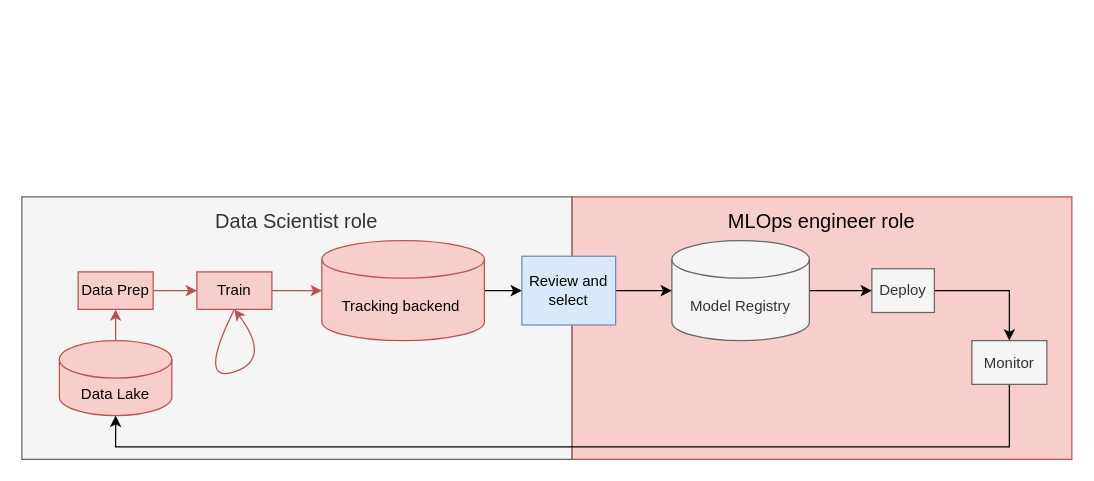
Above: mlflow.drawio in bapukokare/assignment (draw.io), before the change. Source tidied: cells renumbered, new cells numbered last; positions are measured from the earlier drawing's top-left corner, leaving out a move shared by most shapes. Both pictures are drawn from the tidied source at 125%, with x=0, y=0 at pixel (21, 196).
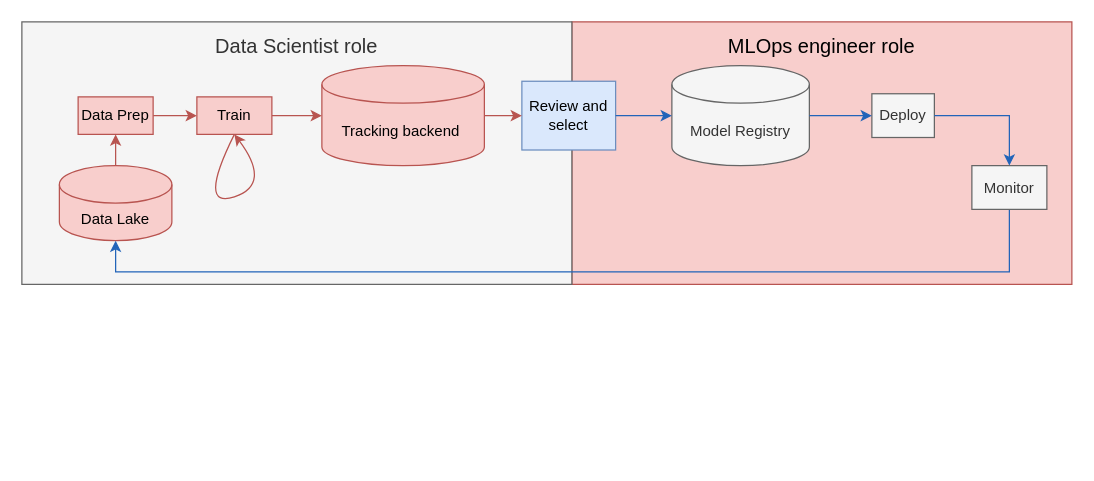
After the change.

Change to the diagram source:
```diff
@@
+    <mxCell id="21" style="group;" parent="1" vertex="1">
+      <mxGeometry y="-140" width="840" height="210" as="geometry" />
+    </mxCell>
-    <mxCell id="2" value="&lt;font style=&quot;font-size: 16px;&quot;&gt;MLOps engineer role&lt;br&gt;&lt;br&gt;&lt;br&gt;&lt;br&gt;&lt;br&gt;&lt;br&gt;&lt;br&gt;&lt;br&gt;&lt;br&gt;&lt;br&gt;&lt;/font&gt;" style="rounded=0;whiteSpace=wrap;html=1;fillColor=#f8cecc;strokeColor=#b85450;" parent="1" vertex="1">
+    <mxCell id="2" value="&lt;font style=&quot;font-size: 16px;&quot;&gt;MLOps engineer role&lt;br&gt;&lt;br&gt;&lt;br&gt;&lt;br&gt;&lt;br&gt;&lt;br&gt;&lt;br&gt;&lt;br&gt;&lt;br&gt;&lt;br&gt;&lt;/font&gt;" style="rounded=0;whiteSpace=wrap;html=1;fillColor=#f8cecc;strokeColor=#b85450;" parent="21" vertex="1">
       <mxGeometry x="440" width="400" height="210" as="geometry" />
     </mxCell>
-    <mxCell id="3" value="&lt;font style=&quot;font-size: 16px;&quot;&gt;Data Scientist role&lt;br&gt;&lt;br&gt;&lt;br&gt;&lt;br&gt;&lt;br&gt;&lt;br&gt;&lt;br&gt;&lt;br&gt;&lt;br&gt;&lt;br&gt;&lt;/font&gt;" style="rounded=0;whiteSpace=wrap;html=1;fillColor=#f5f5f5;strokeColor=#666666;fontColor=#333333;" parent="1" vertex="1">
+    <mxCell id="3" value="&lt;font style=&quot;font-size: 16px;&quot;&gt;Data Scientist role&lt;br&gt;&lt;br&gt;&lt;br&gt;&lt;br&gt;&lt;br&gt;&lt;br&gt;&lt;br&gt;&lt;br&gt;&lt;br&gt;&lt;br&gt;&lt;/font&gt;" style="rounded=0;whiteSpace=wrap;html=1;fillColor=#f5f5f5;strokeColor=#666666;fontColor=#333333;" parent="21" vertex="1">
       <mxGeometry width="440" height="210" as="geometry" />
     </mxCell>
-    <mxCell id="4" style="edgeStyle=orthogonalEdgeStyle;rounded=0;jettySize=auto;html=1;" parent="1" edge="1" source="5" target="14">
-      <mxGeometry relative="1" as="geometry" />
-    </mxCell>
-    <mxCell id="5" value="Tracking backend&amp;nbsp;" style="shape=cylinder3;whiteSpace=wrap;html=1;boundedLbl=1;backgroundOutline=1;size=15;fillColor=#f8cecc;strokeColor=#b85450;" parent="1" vertex="1">
+    <mxCell id="5" value="Tracking backend&amp;nbsp;" style="shape=cylinder3;whiteSpace=wrap;html=1;boundedLbl=1;backgroundOutline=1;size=15;fillColor=#f8cecc;strokeColor=#b85450;" parent="21" vertex="1">
       <mxGeometry x="240" y="35" width="130" height="80" as="geometry" />
     </mxCell>
-    <mxCell id="6" style="edgeStyle=orthogonalEdgeStyle;rounded=0;jettySize=auto;html=1;exitX=1;exitY=0.5;exitDx=0;exitDy=0;fillColor=#f8cecc;strokeColor=#b85450;" parent="1" edge="1" source="7" target="5">
+    <mxCell id="6" style="edgeStyle=orthogonalEdgeStyle;rounded=0;jettySize=auto;html=1;exitX=1;exitY=0.5;exitDx=0;exitDy=0;fillColor=#f8cecc;strokeColor=#b85450;" parent="21" edge="1" source="7" target="5">
       <mxGeometry relative="1" as="geometry" />
     </mxCell>
-    <mxCell id="7" value="Train" style="rounded=0;whiteSpace=wrap;html=1;fillColor=#f8cecc;strokeColor=#b85450;" parent="1" vertex="1">
+    <mxCell id="7" value="Train" style="rounded=0;whiteSpace=wrap;html=1;fillColor=#f8cecc;strokeColor=#b85450;" parent="21" vertex="1">
       <mxGeometry x="140" y="60" width="60" height="30" as="geometry" />
     </mxCell>
-    <mxCell id="8" style="edgeStyle=orthogonalEdgeStyle;rounded=0;jettySize=auto;html=1;exitX=1;exitY=0.5;exitDx=0;exitDy=0;fillColor=#f8cecc;strokeColor=#b85450;" parent="1" edge="1" source="9" target="7">
+    <mxCell id="8" style="edgeStyle=orthogonalEdgeStyle;rounded=0;jettySize=auto;html=1;exitX=1;exitY=0.5;exitDx=0;exitDy=0;fillColor=#f8cecc;strokeColor=#b85450;" parent="21" edge="1" source="9" target="7">
       <mxGeometry relative="1" as="geometry" />
     </mxCell>
-    <mxCell id="9" value="Data Prep" style="rounded=0;whiteSpace=wrap;html=1;fillColor=#f8cecc;strokeColor=#b85450;" parent="1" vertex="1">
+    <mxCell id="9" value="Data Prep" style="rounded=0;whiteSpace=wrap;html=1;fillColor=#f8cecc;strokeColor=#b85450;" parent="21" vertex="1">
       <mxGeometry x="45" y="60" width="60" height="30" as="geometry" />
     </mxCell>
-    <mxCell id="10" style="edgeStyle=orthogonalEdgeStyle;rounded=0;jettySize=auto;html=1;fillColor=#f8cecc;strokeColor=#b85450;" parent="1" edge="1" source="11" target="9">
+    <mxCell id="10" style="edgeStyle=orthogonalEdgeStyle;rounded=0;jettySize=auto;html=1;fillColor=#f8cecc;strokeColor=#b85450;" parent="21" edge="1" source="11" target="9">
       <mxGeometry relative="1" as="geometry" />
     </mxCell>
-    <mxCell id="11" value="Data Lake" style="shape=cylinder3;whiteSpace=wrap;html=1;boundedLbl=1;backgroundOutline=1;size=15;fillColor=#f8cecc;strokeColor=#b85450;" parent="1" vertex="1">
+    <mxCell id="11" value="Data Lake" style="shape=cylinder3;whiteSpace=wrap;html=1;boundedLbl=1;backgroundOutline=1;size=15;fillColor=#f8cecc;strokeColor=#b85450;" parent="21" vertex="1">
       <mxGeometry x="30" y="115" width="90" height="60" as="geometry" />
     </mxCell>
-    <mxCell id="12" style="curved=1;endArrow=classic;html=1;rounded=0;exitX=0.5;exitY=1;exitDx=0;exitDy=0;fillColor=#f8cecc;strokeColor=#b85450;entryX=0.5;entryY=1;entryDx=0;entryDy=0;" parent="1" edge="1" source="7" target="7">
+    <mxCell id="12" style="curved=1;endArrow=classic;html=1;rounded=0;exitX=0.5;exitY=1;exitDx=0;exitDy=0;fillColor=#f8cecc;strokeColor=#b85450;entryX=0.5;entryY=1;entryDx=0;entryDy=0;" parent="21" edge="1" source="7" target="7">
       <mxGeometry relative="1" as="geometry">
         <Array as="points">
           <mxPoint x="140" y="150" />
           <mxPoint x="200" y="130" />
         </Array>
       </mxGeometry>
     </mxCell>
+    <mxCell id="14" value="Review and select" style="whiteSpace=wrap;html=1;fillColor=#dae8fc;strokeColor=#6c8ebf;" parent="21" vertex="1">
+      <mxGeometry x="400" y="47.5" width="75" height="55" as="geometry" />
+    </mxCell>
+    <mxCell id="4" style="edgeStyle=orthogonalEdgeStyle;rounded=0;jettySize=auto;html=1;fillColor=#f8cecc;strokeColor=#b85450;" parent="21" edge="1" source="5" target="14">
+      <mxGeometry relative="1" as="geometry" />
+    </mxCell>
+    <mxCell id="16" value="Model Registry" style="shape=cylinder3;whiteSpace=wrap;html=1;boundedLbl=1;backgroundOutline=1;size=15;fillColor=#f5f5f5;fontColor=#333333;strokeColor=#666666;" parent="21" vertex="1">
+      <mxGeometry x="520" y="35" width="110" height="80" as="geometry" />
+    </mxCell>
-    <mxCell id="13" style="edgeStyle=orthogonalEdgeStyle;rounded=0;jettySize=auto;html=1;" parent="1" edge="1" source="14" target="16">
+    <mxCell id="13" style="edgeStyle=orthogonalEdgeStyle;rounded=0;jettySize=auto;html=1;fillColor=#cce5ff;strokeColor=#2264b9;" parent="21" edge="1" source="14" target="16">
       <mxGeometry relative="1" as="geometry" />
     </mxCell>
-    <mxCell id="14" value="Review and select" style="whiteSpace=wrap;html=1;fillColor=#dae8fc;strokeColor=#6c8ebf;" parent="1" vertex="1">
-      <mxGeometry x="400" y="47.5" width="75" height="55" as="geometry" />
-    </mxCell>
+    <mxCell id="18" value="Deploy" style="whiteSpace=wrap;html=1;fillColor=#f5f5f5;fontColor=#333333;strokeColor=#666666;" parent="21" vertex="1">
+      <mxGeometry x="680" y="57.5" width="50" height="35" as="geometry" />
+    </mxCell>
-    <mxCell id="15" style="edgeStyle=orthogonalEdgeStyle;rounded=0;jettySize=auto;html=1;" parent="1" edge="1" source="16" target="18">
+    <mxCell id="15" style="edgeStyle=orthogonalEdgeStyle;rounded=0;jettySize=auto;html=1;fillColor=#cce5ff;strokeColor=#2264b9;" parent="21" edge="1" source="16" target="18">
       <mxGeometry relative="1" as="geometry" />
     </mxCell>
-    <mxCell id="16" value="Model Registry" style="shape=cylinder3;whiteSpace=wrap;html=1;boundedLbl=1;backgroundOutline=1;size=15;fillColor=#f5f5f5;fontColor=#333333;strokeColor=#666666;" parent="1" vertex="1">
-      <mxGeometry x="520" y="35" width="110" height="80" as="geometry" />
-    </mxCell>
-    <mxCell id="17" style="edgeStyle=orthogonalEdgeStyle;rounded=0;jettySize=auto;html=1;" parent="1" edge="1" source="18" target="20">
-      <mxGeometry relative="1" as="geometry" />
-    </mxCell>
-    <mxCell id="18" value="Deploy" style="whiteSpace=wrap;html=1;fillColor=#f5f5f5;fontColor=#333333;strokeColor=#666666;" parent="1" vertex="1">
-      <mxGeometry x="680" y="57.5" width="50" height="35" as="geometry" />
-    </mxCell>
-    <mxCell id="19" style="edgeStyle=orthogonalEdgeStyle;rounded=0;jettySize=auto;html=1;entryX=0.5;entryY=1;entryDx=0;entryDy=0;entryPerimeter=0;exitX=0.5;exitY=1;exitDx=0;exitDy=0;" parent="1" edge="1" source="20" target="11">
+    <mxCell id="19" style="edgeStyle=orthogonalEdgeStyle;rounded=0;jettySize=auto;html=1;entryX=0.5;entryY=1;entryDx=0;entryDy=0;entryPerimeter=0;exitX=0.5;exitY=1;exitDx=0;exitDy=0;fillColor=#cce5ff;strokeColor=#2264b9;" parent="21" edge="1" source="20" target="11">
       <mxGeometry relative="1" as="geometry">
         <Array as="points">
           <mxPoint x="790" y="200" />
           <mxPoint x="75" y="200" />
         </Array>
       </mxGeometry>
     </mxCell>
-    <mxCell id="20" value="Monitor" style="whiteSpace=wrap;html=1;fillColor=#f5f5f5;fontColor=#333333;strokeColor=#666666;" parent="1" vertex="1">
+    <mxCell id="20" value="Monitor" style="whiteSpace=wrap;html=1;fillColor=#f5f5f5;fontColor=#333333;strokeColor=#666666;" parent="21" vertex="1">
       <mxGeometry x="760" y="115" width="60" height="35" as="geometry" />
     </mxCell>
+    <mxCell id="17" style="edgeStyle=orthogonalEdgeStyle;rounded=0;jettySize=auto;html=1;fillColor=#cce5ff;strokeColor=#2264b9;" parent="21" edge="1" source="18" target="20">
+      <mxGeometry relative="1" as="geometry" />
+    </mxCell>
```
